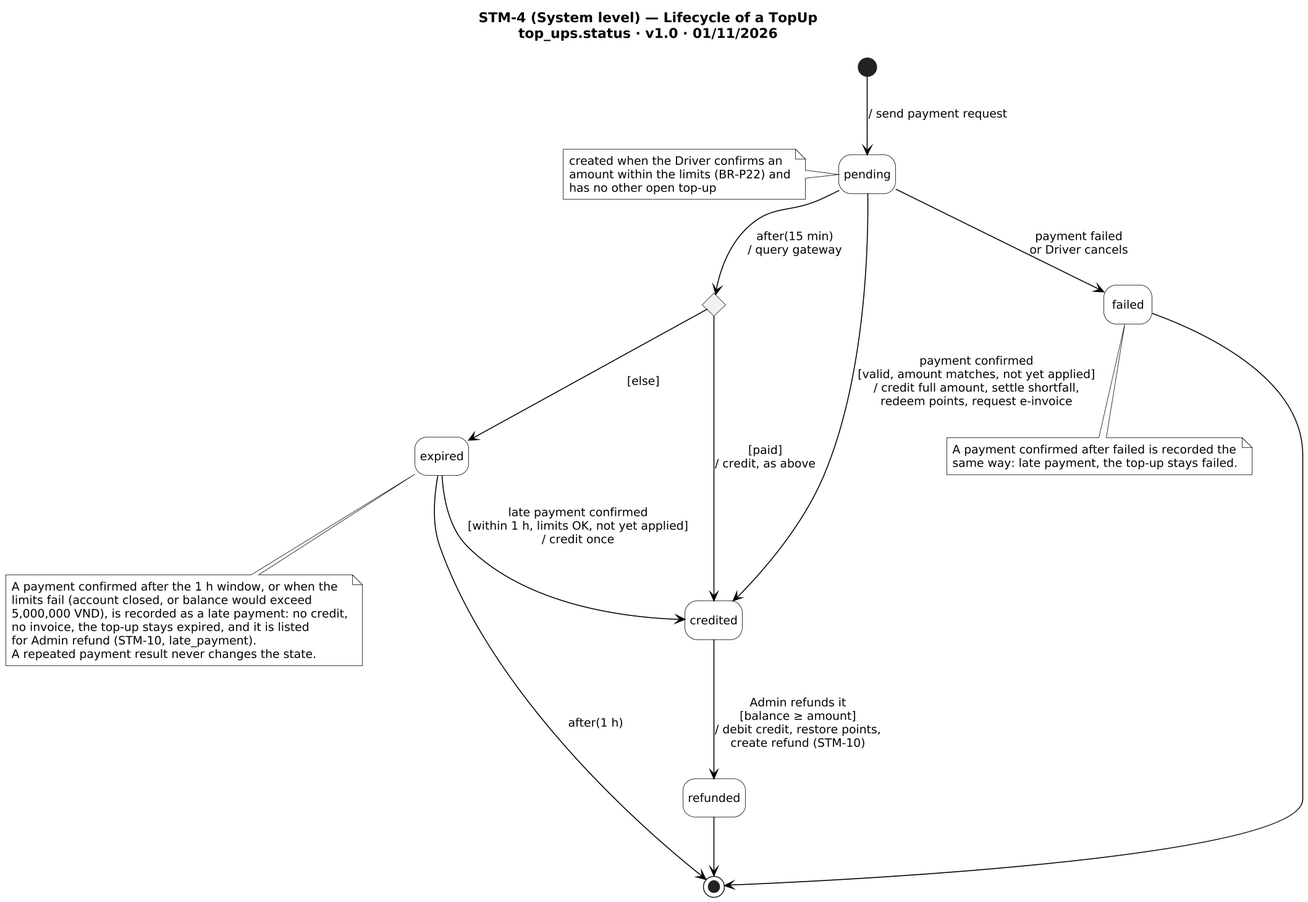
Before: diagrams/report4/state/STM-4/STM-4.png, a diagram exported from PlantUML (PowerMeApp/powerme).
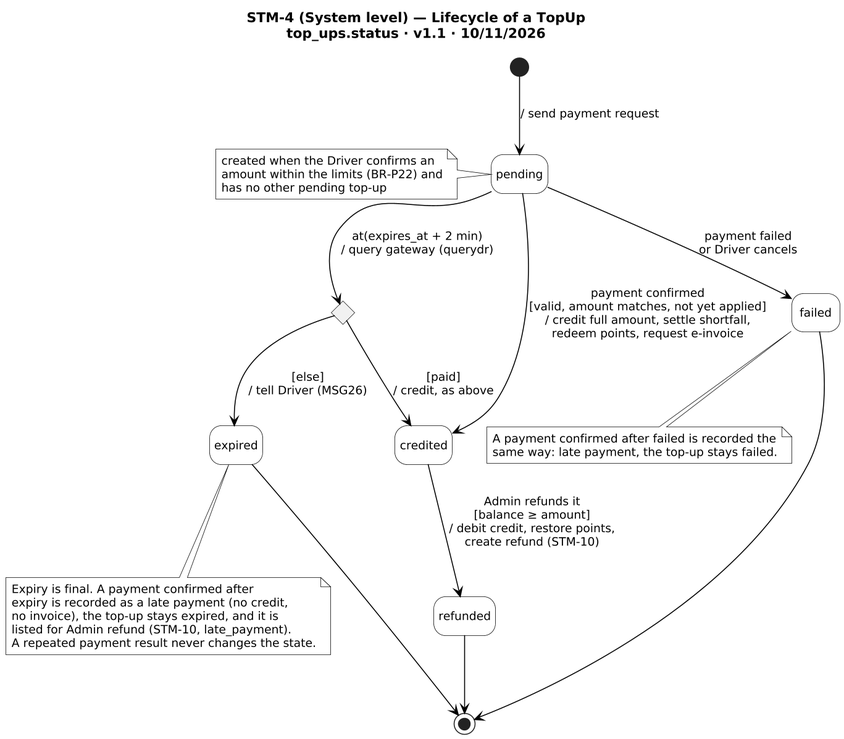
After the change.

The edit, as a diff of the source:
```diff
@@ -1,30 +1,28 @@
 @startuml STM-4
 !include _style.iuml
-title STM-4 (System level) — Lifecycle of a TopUp\ntop_ups.status · v1.0 · 01/11/2026
+title STM-4 (System level) — Lifecycle of a TopUp\ntop_ups.status · v1.1 · 10/11/2026
 
 state c1 <<choice>>
 [*] --> pending : / send payment request
 note left of pending
   created when the Driver confirms an
   amount within the limits (BR-P22) and
-  has no other open top-up
+  has no other pending top-up
 end note
 pending --> credited : payment confirmed\n[valid, amount matches, not yet applied]\n/ credit full amount, settle shortfall,\nredeem points, request e-invoice
 pending --> failed : payment failed\nor Driver cancels
-pending --> c1 : after(15 min)\n/ query gateway
+pending --> c1 : at(expires_at + 2 min)\n/ query gateway (querydr)
 c1 --> credited : [paid]\n/ credit, as above
-c1 --> expired : [else]
-expired --> credited : late payment confirmed\n[within 1 h, limits OK, not yet applied]\n/ credit once
-expired --> [*] : after(1 h)
+c1 --> expired : [else]\n/ tell Driver (MSG26)
+expired --> [*]
 credited --> refunded : Admin refunds it\n[balance ≥ amount]\n/ debit credit, restore points,\ncreate refund (STM-10)
 failed --> [*]
 refunded --> [*]
 note bottom of expired
-  A payment confirmed after the 1 h window, or when the
-  limits fail (account closed, or balance would exceed
-  5,000,000 VND), is recorded as a late payment: no credit,
-  no invoice, the top-up stays expired, and it is listed
-  for Admin refund (STM-10, late_payment).
+  Expiry is final. A payment confirmed after
+  expiry is recorded as a late payment (no credit,
+  no invoice), the top-up stays expired, and it is
+  listed for Admin refund (STM-10, late_payment).
   A repeated payment result never changes the state.
 end note
 note bottom of failed
```
